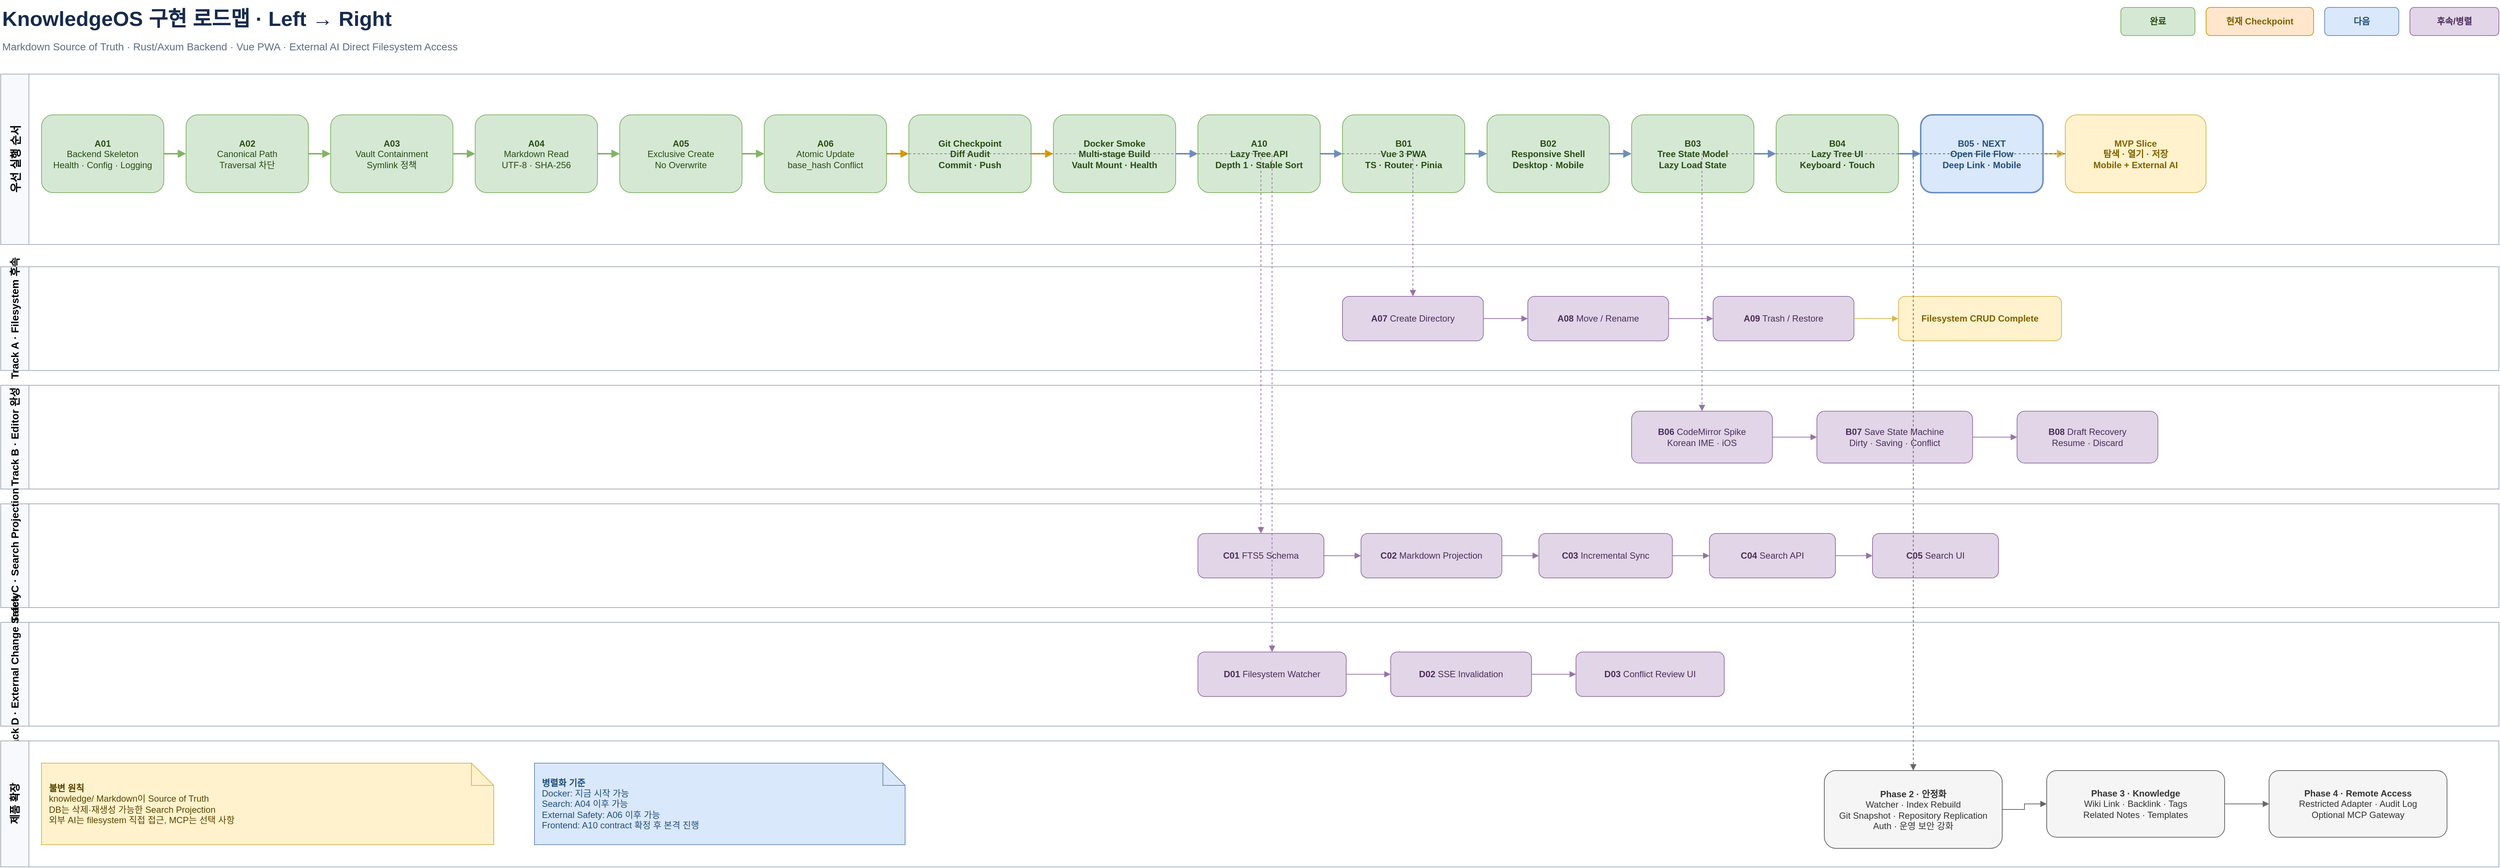
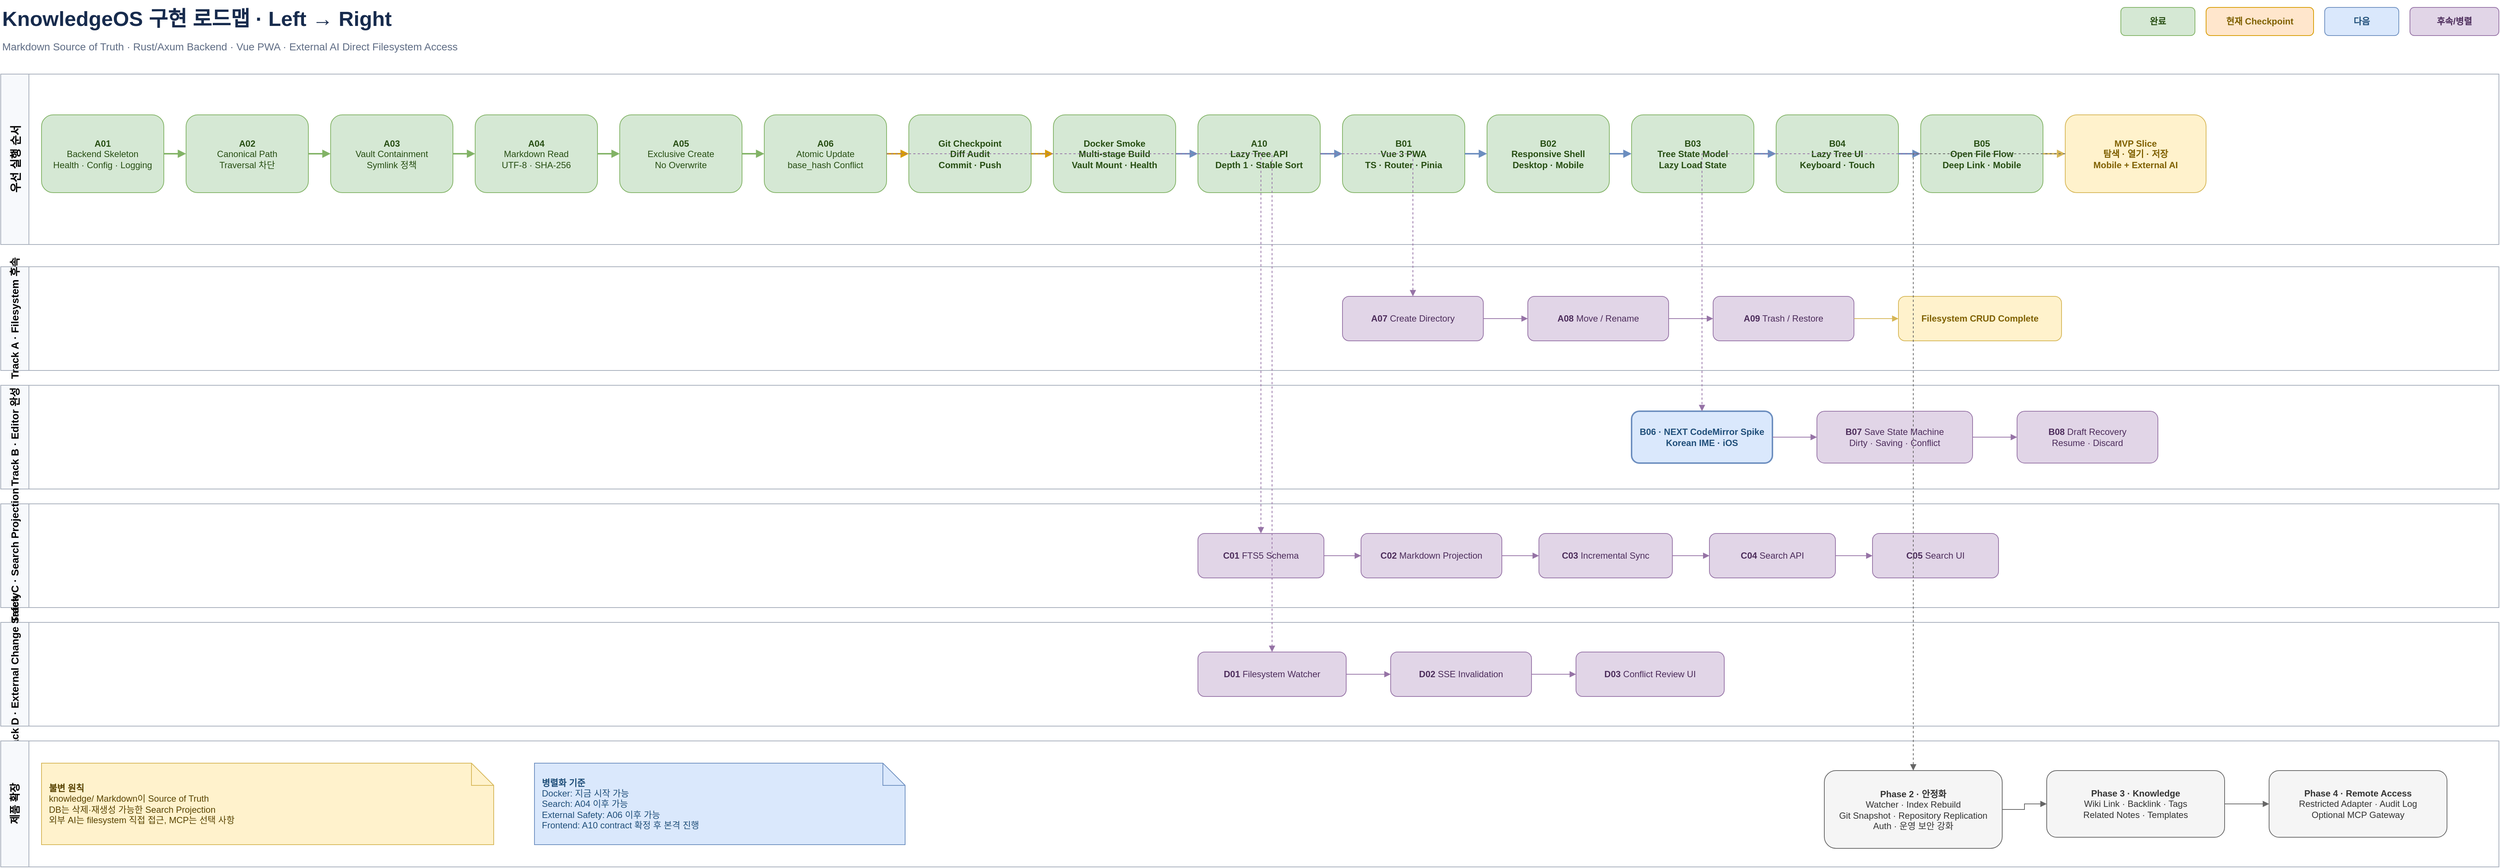
<mxfile host="app.diagrams.net" modified="2026-07-19T00:00:00.000Z" agent="KnowledgeOS" version="26.0.9" type="device">
  <diagram id="knowledgeos-roadmap" name="KnowledgeOS Roadmap">
    <mxGraphModel dx="1600" dy="900" grid="1" gridSize="10" guides="1" tooltips="1" connect="1" arrows="1" fold="1" page="1" pageScale="1" pageWidth="4000" pageHeight="1400" math="0" shadow="0">
      <root>
        <mxCell id="0"/>
        <mxCell id="1" parent="0"/>

        <mxCell id="title" value="KnowledgeOS 구현 로드맵 · Left → Right" style="text;html=1;align=left;verticalAlign=middle;fontSize=28;fontStyle=1;fontColor=#172B4D;" vertex="1" parent="1">
          <mxGeometry x="40" y="20" width="760" height="50" as="geometry"/>
        </mxCell>
        <mxCell id="subtitle" value="Markdown Source of Truth · Rust/Axum Backend · Vue PWA · External AI Direct Filesystem Access" style="text;html=1;align=left;verticalAlign=middle;fontSize=14;fontColor=#5E6C84;" vertex="1" parent="1">
          <mxGeometry x="40" y="68" width="1100" height="30" as="geometry"/>
        </mxCell>

        <mxCell id="legend_done" value="완료" style="rounded=1;whiteSpace=wrap;html=1;fillColor=#D5E8D4;strokeColor=#82B366;fontColor=#274E13;fontStyle=1;" vertex="1" parent="1">
          <mxGeometry x="2900" y="30" width="100" height="38" as="geometry"/>
        </mxCell>
        <mxCell id="legend_now" value="현재 Checkpoint" style="rounded=1;whiteSpace=wrap;html=1;fillColor=#FFE6CC;strokeColor=#D79B00;fontColor=#7F6000;fontStyle=1;" vertex="1" parent="1">
          <mxGeometry x="3015" y="30" width="145" height="38" as="geometry"/>
        </mxCell>
        <mxCell id="legend_next" value="다음" style="rounded=1;whiteSpace=wrap;html=1;fillColor=#DAE8FC;strokeColor=#6C8EBF;fontColor=#1F4E79;fontStyle=1;" vertex="1" parent="1">
          <mxGeometry x="3175" y="30" width="100" height="38" as="geometry"/>
        </mxCell>
        <mxCell id="legend_later" value="후속/병렬" style="rounded=1;whiteSpace=wrap;html=1;fillColor=#E1D5E7;strokeColor=#9673A6;fontColor=#4C2C5B;fontStyle=1;" vertex="1" parent="1">
          <mxGeometry x="3290" y="30" width="120" height="38" as="geometry"/>
        </mxCell>

        <mxCell id="lane_main" value="우선 실행 순서" style="swimlane;html=1;horizontal=0;startSize=38;fillColor=#F7F9FC;swimlaneFillColor=#FFFFFF;strokeColor=#A5ADBA;fontStyle=1;fontSize=15;" vertex="1" parent="1">
          <mxGeometry x="40" y="120" width="3370" height="230" as="geometry"/>
        </mxCell>
        <mxCell id="lane_fs" value="Track A · Filesystem 후속" style="swimlane;html=1;horizontal=0;startSize=38;fillColor=#F7F9FC;swimlaneFillColor=#FFFFFF;strokeColor=#A5ADBA;fontStyle=1;fontSize=14;" vertex="1" parent="1">
          <mxGeometry x="40" y="380" width="3370" height="140" as="geometry"/>
        </mxCell>
        <mxCell id="lane_editor" value="Track B · Editor 완성" style="swimlane;html=1;horizontal=0;startSize=38;fillColor=#F7F9FC;swimlaneFillColor=#FFFFFF;strokeColor=#A5ADBA;fontStyle=1;fontSize=14;" vertex="1" parent="1">
          <mxGeometry x="40" y="540" width="3370" height="140" as="geometry"/>
        </mxCell>
        <mxCell id="lane_search" value="Track C · Search Projection" style="swimlane;html=1;horizontal=0;startSize=38;fillColor=#F7F9FC;swimlaneFillColor=#FFFFFF;strokeColor=#A5ADBA;fontStyle=1;fontSize=14;" vertex="1" parent="1">
          <mxGeometry x="40" y="700" width="3370" height="140" as="geometry"/>
        </mxCell>
        <mxCell id="lane_external" value="Track D · External Change Safety" style="swimlane;html=1;horizontal=0;startSize=38;fillColor=#F7F9FC;swimlaneFillColor=#FFFFFF;strokeColor=#A5ADBA;fontStyle=1;fontSize=14;" vertex="1" parent="1">
          <mxGeometry x="40" y="860" width="3370" height="140" as="geometry"/>
        </mxCell>
        <mxCell id="lane_future" value="제품 확장" style="swimlane;html=1;horizontal=0;startSize=38;fillColor=#F7F9FC;swimlaneFillColor=#FFFFFF;strokeColor=#A5ADBA;fontStyle=1;fontSize=14;" vertex="1" parent="1">
          <mxGeometry x="40" y="1020" width="3370" height="170" as="geometry"/>
        </mxCell>

        <mxCell id="a01" value="&lt;b&gt;A01&lt;/b&gt;&#xa;Backend Skeleton&#xa;Health · Config · Logging" style="rounded=1;whiteSpace=wrap;html=1;fillColor=#D5E8D4;strokeColor=#82B366;fontColor=#274E13;" vertex="1" parent="1"><mxGeometry x="95" y="175" width="165" height="105" as="geometry"/></mxCell>
        <mxCell id="a02" value="&lt;b&gt;A02&lt;/b&gt;&#xa;Canonical Path&#xa;Traversal 차단" style="rounded=1;whiteSpace=wrap;html=1;fillColor=#D5E8D4;strokeColor=#82B366;fontColor=#274E13;" vertex="1" parent="1"><mxGeometry x="290" y="175" width="165" height="105" as="geometry"/></mxCell>
        <mxCell id="a03" value="&lt;b&gt;A03&lt;/b&gt;&#xa;Vault Containment&#xa;Symlink 정책" style="rounded=1;whiteSpace=wrap;html=1;fillColor=#D5E8D4;strokeColor=#82B366;fontColor=#274E13;" vertex="1" parent="1"><mxGeometry x="485" y="175" width="165" height="105" as="geometry"/></mxCell>
        <mxCell id="a04" value="&lt;b&gt;A04&lt;/b&gt;&#xa;Markdown Read&#xa;UTF-8 · SHA-256" style="rounded=1;whiteSpace=wrap;html=1;fillColor=#D5E8D4;strokeColor=#82B366;fontColor=#274E13;" vertex="1" parent="1"><mxGeometry x="680" y="175" width="165" height="105" as="geometry"/></mxCell>
        <mxCell id="a05" value="&lt;b&gt;A05&lt;/b&gt;&#xa;Exclusive Create&#xa;No Overwrite" style="rounded=1;whiteSpace=wrap;html=1;fillColor=#D5E8D4;strokeColor=#82B366;fontColor=#274E13;" vertex="1" parent="1"><mxGeometry x="875" y="175" width="165" height="105" as="geometry"/></mxCell>
        <mxCell id="a06" value="&lt;b&gt;A06&lt;/b&gt;&#xa;Atomic Update&#xa;base_hash Conflict" style="rounded=1;whiteSpace=wrap;html=1;fillColor=#D5E8D4;strokeColor=#82B366;fontColor=#274E13;" vertex="1" parent="1"><mxGeometry x="1070" y="175" width="165" height="105" as="geometry"/></mxCell>
        <mxCell id="git_checkpoint" value="&lt;b&gt;Git Checkpoint&lt;/b&gt;&#xa;Diff Audit&#xa;Commit · Push" style="rounded=1;whiteSpace=wrap;html=1;fillColor=#D5E8D4;strokeColor=#82B366;fontColor=#274E13;fontStyle=1;" vertex="1" parent="1"><mxGeometry x="1265" y="175" width="165" height="105" as="geometry"/></mxCell>
        <mxCell id="docker" value="&lt;b&gt;Docker Smoke&lt;/b&gt;&#xa;Multi-stage Build&#xa;Vault Mount · Health" style="rounded=1;whiteSpace=wrap;html=1;fillColor=#D5E8D4;strokeColor=#82B366;fontColor=#274E13;fontStyle=1;" vertex="1" parent="1"><mxGeometry x="1460" y="175" width="165" height="105" as="geometry"/></mxCell>
        <mxCell id="a10" value="&lt;b&gt;A10&lt;/b&gt;&#xa;Lazy Tree API&#xa;Depth 1 · Stable Sort" style="rounded=1;whiteSpace=wrap;html=1;fillColor=#D5E8D4;strokeColor=#82B366;fontColor=#274E13;fontStyle=1;" vertex="1" parent="1"><mxGeometry x="1655" y="175" width="165" height="105" as="geometry"/></mxCell>
        <mxCell id="b01" value="&lt;b&gt;B01&lt;/b&gt;&#xa;Vue 3 PWA&#xa;TS · Router · Pinia" style="rounded=1;whiteSpace=wrap;html=1;fillColor=#D5E8D4;strokeColor=#82B366;fontColor=#274E13;fontStyle=1;" vertex="1" parent="1"><mxGeometry x="1850" y="175" width="165" height="105" as="geometry"/></mxCell>
        <mxCell id="b02" value="&lt;b&gt;B02&lt;/b&gt;&#xa;Responsive Shell&#xa;Desktop · Mobile" style="rounded=1;whiteSpace=wrap;html=1;fillColor=#D5E8D4;strokeColor=#82B366;fontColor=#274E13;fontStyle=1;" vertex="1" parent="1"><mxGeometry x="2045" y="175" width="165" height="105" as="geometry"/></mxCell>
        <mxCell id="b03" value="&lt;b&gt;B03&lt;/b&gt;&#xa;Tree State Model&#xa;Lazy Load State" style="rounded=1;whiteSpace=wrap;html=1;fillColor=#D5E8D4;strokeColor=#82B366;fontColor=#274E13;fontStyle=1;" vertex="1" parent="1"><mxGeometry x="2240" y="175" width="165" height="105" as="geometry"/></mxCell>
        <mxCell id="b04" value="&lt;b&gt;B04&lt;/b&gt;&#xa;Lazy Tree UI&#xa;Keyboard · Touch" style="rounded=1;whiteSpace=wrap;html=1;fillColor=#D5E8D4;strokeColor=#82B366;fontColor=#274E13;fontStyle=1;" vertex="1" parent="1"><mxGeometry x="2435" y="175" width="165" height="105" as="geometry"/></mxCell>
-         <mxCell id="b05" value="&lt;b&gt;B05 · NEXT&lt;/b&gt;&#xa;Open File Flow&#xa;Deep Link · Mobile" style="rounded=1;whiteSpace=wrap;html=1;fillColor=#DAE8FC;strokeColor=#6C8EBF;fontColor=#1F4E79;fontStyle=1;strokeWidth=2;" vertex="1" parent="1"><mxGeometry x="2630" y="175" width="165" height="105" as="geometry"/></mxCell>
+         <mxCell id="b05" value="&lt;b&gt;B05&lt;/b&gt;&#xa;Open File Flow&#xa;Deep Link · Mobile" style="rounded=1;whiteSpace=wrap;html=1;fillColor=#D5E8D4;strokeColor=#82B366;fontColor=#274E13;fontStyle=1;" vertex="1" parent="1"><mxGeometry x="2630" y="175" width="165" height="105" as="geometry"/></mxCell>
        <mxCell id="mvp_slice" value="&lt;b&gt;MVP Slice&lt;/b&gt;&#xa;탐색 · 열기 · 저장&#xa;Mobile + External AI" style="rounded=1;whiteSpace=wrap;html=1;fillColor=#FFF2CC;strokeColor=#D6B656;fontColor=#7F6000;fontStyle=1;" vertex="1" parent="1"><mxGeometry x="2825" y="175" width="190" height="105" as="geometry"/></mxCell>

        <mxCell id="a07" value="&lt;b&gt;A07&lt;/b&gt; Create Directory" style="rounded=1;whiteSpace=wrap;html=1;fillColor=#E1D5E7;strokeColor=#9673A6;fontColor=#4C2C5B;" vertex="1" parent="1"><mxGeometry x="1850" y="420" width="190" height="60" as="geometry"/></mxCell>
        <mxCell id="a08" value="&lt;b&gt;A08&lt;/b&gt; Move / Rename" style="rounded=1;whiteSpace=wrap;html=1;fillColor=#E1D5E7;strokeColor=#9673A6;fontColor=#4C2C5B;" vertex="1" parent="1"><mxGeometry x="2100" y="420" width="190" height="60" as="geometry"/></mxCell>
        <mxCell id="a09" value="&lt;b&gt;A09&lt;/b&gt; Trash / Restore" style="rounded=1;whiteSpace=wrap;html=1;fillColor=#E1D5E7;strokeColor=#9673A6;fontColor=#4C2C5B;" vertex="1" parent="1"><mxGeometry x="2350" y="420" width="190" height="60" as="geometry"/></mxCell>
        <mxCell id="fs_complete" value="Filesystem CRUD Complete" style="rounded=1;whiteSpace=wrap;html=1;fillColor=#FFF2CC;strokeColor=#D6B656;fontColor=#7F6000;fontStyle=1;" vertex="1" parent="1"><mxGeometry x="2600" y="420" width="220" height="60" as="geometry"/></mxCell>

-         <mxCell id="b06" value="&lt;b&gt;B06&lt;/b&gt; CodeMirror Spike&#xa;Korean IME · iOS" style="rounded=1;whiteSpace=wrap;html=1;fillColor=#E1D5E7;strokeColor=#9673A6;fontColor=#4C2C5B;" vertex="1" parent="1"><mxGeometry x="2240" y="575" width="190" height="70" as="geometry"/></mxCell>
+         <mxCell id="b06" value="&lt;b&gt;B06 · NEXT&lt;/b&gt; CodeMirror Spike&#xa;Korean IME · iOS" style="rounded=1;whiteSpace=wrap;html=1;fillColor=#DAE8FC;strokeColor=#6C8EBF;fontColor=#1F4E79;fontStyle=1;strokeWidth=2;" vertex="1" parent="1"><mxGeometry x="2240" y="575" width="190" height="70" as="geometry"/></mxCell>
        <mxCell id="b07" value="&lt;b&gt;B07&lt;/b&gt; Save State Machine&#xa;Dirty · Saving · Conflict" style="rounded=1;whiteSpace=wrap;html=1;fillColor=#E1D5E7;strokeColor=#9673A6;fontColor=#4C2C5B;" vertex="1" parent="1"><mxGeometry x="2490" y="575" width="210" height="70" as="geometry"/></mxCell>
        <mxCell id="b08" value="&lt;b&gt;B08&lt;/b&gt; Draft Recovery&#xa;Resume · Discard" style="rounded=1;whiteSpace=wrap;html=1;fillColor=#E1D5E7;strokeColor=#9673A6;fontColor=#4C2C5B;" vertex="1" parent="1"><mxGeometry x="2760" y="575" width="190" height="70" as="geometry"/></mxCell>

        <mxCell id="c01" value="&lt;b&gt;C01&lt;/b&gt; FTS5 Schema" style="rounded=1;whiteSpace=wrap;html=1;fillColor=#E1D5E7;strokeColor=#9673A6;fontColor=#4C2C5B;" vertex="1" parent="1"><mxGeometry x="1655" y="740" width="170" height="60" as="geometry"/></mxCell>
        <mxCell id="c02" value="&lt;b&gt;C02&lt;/b&gt; Markdown Projection" style="rounded=1;whiteSpace=wrap;html=1;fillColor=#E1D5E7;strokeColor=#9673A6;fontColor=#4C2C5B;" vertex="1" parent="1"><mxGeometry x="1875" y="740" width="190" height="60" as="geometry"/></mxCell>
        <mxCell id="c03" value="&lt;b&gt;C03&lt;/b&gt; Incremental Sync" style="rounded=1;whiteSpace=wrap;html=1;fillColor=#E1D5E7;strokeColor=#9673A6;fontColor=#4C2C5B;" vertex="1" parent="1"><mxGeometry x="2115" y="740" width="180" height="60" as="geometry"/></mxCell>
        <mxCell id="c04" value="&lt;b&gt;C04&lt;/b&gt; Search API" style="rounded=1;whiteSpace=wrap;html=1;fillColor=#E1D5E7;strokeColor=#9673A6;fontColor=#4C2C5B;" vertex="1" parent="1"><mxGeometry x="2345" y="740" width="170" height="60" as="geometry"/></mxCell>
        <mxCell id="c05" value="&lt;b&gt;C05&lt;/b&gt; Search UI" style="rounded=1;whiteSpace=wrap;html=1;fillColor=#E1D5E7;strokeColor=#9673A6;fontColor=#4C2C5B;" vertex="1" parent="1"><mxGeometry x="2565" y="740" width="170" height="60" as="geometry"/></mxCell>

        <mxCell id="d01" value="&lt;b&gt;D01&lt;/b&gt; Filesystem Watcher" style="rounded=1;whiteSpace=wrap;html=1;fillColor=#E1D5E7;strokeColor=#9673A6;fontColor=#4C2C5B;" vertex="1" parent="1"><mxGeometry x="1655" y="900" width="200" height="60" as="geometry"/></mxCell>
        <mxCell id="d02" value="&lt;b&gt;D02&lt;/b&gt; SSE Invalidation" style="rounded=1;whiteSpace=wrap;html=1;fillColor=#E1D5E7;strokeColor=#9673A6;fontColor=#4C2C5B;" vertex="1" parent="1"><mxGeometry x="1915" y="900" width="190" height="60" as="geometry"/></mxCell>
        <mxCell id="d03" value="&lt;b&gt;D03&lt;/b&gt; Conflict Review UI" style="rounded=1;whiteSpace=wrap;html=1;fillColor=#E1D5E7;strokeColor=#9673A6;fontColor=#4C2C5B;" vertex="1" parent="1"><mxGeometry x="2165" y="900" width="200" height="60" as="geometry"/></mxCell>

        <mxCell id="phase2" value="&lt;b&gt;Phase 2 · 안정화&lt;/b&gt;&#xa;Watcher · Index Rebuild&#xa;Git Snapshot · Repository Replication&#xa;Auth · 운영 보안 강화" style="rounded=1;whiteSpace=wrap;html=1;fillColor=#F5F5F5;strokeColor=#666666;fontColor=#333333;" vertex="1" parent="1"><mxGeometry x="2500" y="1060" width="240" height="105" as="geometry"/></mxCell>
        <mxCell id="phase3" value="&lt;b&gt;Phase 3 · Knowledge&lt;/b&gt;&#xa;Wiki Link · Backlink · Tags&#xa;Related Notes · Templates" style="rounded=1;whiteSpace=wrap;html=1;fillColor=#F5F5F5;strokeColor=#666666;fontColor=#333333;" vertex="1" parent="1"><mxGeometry x="2800" y="1060" width="240" height="90" as="geometry"/></mxCell>
        <mxCell id="phase4" value="&lt;b&gt;Phase 4 · Remote Access&lt;/b&gt;&#xa;Restricted Adapter · Audit Log&#xa;Optional MCP Gateway" style="rounded=1;whiteSpace=wrap;html=1;fillColor=#F5F5F5;strokeColor=#666666;fontColor=#333333;" vertex="1" parent="1"><mxGeometry x="3100" y="1060" width="240" height="90" as="geometry"/></mxCell>

        <mxCell id="note_source" value="&lt;b&gt;불변 원칙&lt;/b&gt;&#xa;knowledge/ Markdown이 Source of Truth&#xa;DB는 삭제·재생성 가능한 Search Projection&#xa;외부 AI는 filesystem 직접 접근, MCP는 선택 사항" style="shape=note;whiteSpace=wrap;html=1;fillColor=#FFF2CC;strokeColor=#D6B656;fontColor=#594300;align=left;spacing=10;" vertex="1" parent="1"><mxGeometry x="95" y="1050" width="610" height="110" as="geometry"/></mxCell>
        <mxCell id="note_parallel" value="&lt;b&gt;병렬화 기준&lt;/b&gt;&#xa;Docker: 지금 시작 가능&#xa;Search: A04 이후 가능&#xa;External Safety: A06 이후 가능&#xa;Frontend: A10 contract 확정 후 본격 진행" style="shape=note;whiteSpace=wrap;html=1;fillColor=#DAE8FC;strokeColor=#6C8EBF;fontColor=#1F4E79;align=left;spacing=10;" vertex="1" parent="1"><mxGeometry x="760" y="1050" width="500" height="110" as="geometry"/></mxCell>

        <mxCell id="e_a01_a02" style="edgeStyle=orthogonalEdgeStyle;rounded=0;orthogonalLoop=1;jettySize=auto;html=1;endArrow=block;strokeColor=#82B366;strokeWidth=2;" edge="1" parent="1" source="a01" target="a02"><mxGeometry relative="1" as="geometry"/></mxCell>
        <mxCell id="e_a02_a03" style="edgeStyle=orthogonalEdgeStyle;rounded=0;orthogonalLoop=1;jettySize=auto;html=1;endArrow=block;strokeColor=#82B366;strokeWidth=2;" edge="1" parent="1" source="a02" target="a03"><mxGeometry relative="1" as="geometry"/></mxCell>
        <mxCell id="e_a03_a04" style="edgeStyle=orthogonalEdgeStyle;rounded=0;orthogonalLoop=1;jettySize=auto;html=1;endArrow=block;strokeColor=#82B366;strokeWidth=2;" edge="1" parent="1" source="a03" target="a04"><mxGeometry relative="1" as="geometry"/></mxCell>
        <mxCell id="e_a04_a05" style="edgeStyle=orthogonalEdgeStyle;rounded=0;orthogonalLoop=1;jettySize=auto;html=1;endArrow=block;strokeColor=#82B366;strokeWidth=2;" edge="1" parent="1" source="a04" target="a05"><mxGeometry relative="1" as="geometry"/></mxCell>
        <mxCell id="e_a05_a06" style="edgeStyle=orthogonalEdgeStyle;rounded=0;orthogonalLoop=1;jettySize=auto;html=1;endArrow=block;strokeColor=#82B366;strokeWidth=2;" edge="1" parent="1" source="a05" target="a06"><mxGeometry relative="1" as="geometry"/></mxCell>
        <mxCell id="e_a06_git" style="edgeStyle=orthogonalEdgeStyle;rounded=0;orthogonalLoop=1;jettySize=auto;html=1;endArrow=block;strokeColor=#D79B00;strokeWidth=2;" edge="1" parent="1" source="a06" target="git_checkpoint"><mxGeometry relative="1" as="geometry"/></mxCell>
        <mxCell id="e_git_docker" style="edgeStyle=orthogonalEdgeStyle;rounded=0;orthogonalLoop=1;jettySize=auto;html=1;endArrow=block;strokeColor=#D79B00;strokeWidth=2;" edge="1" parent="1" source="git_checkpoint" target="docker"><mxGeometry relative="1" as="geometry"/></mxCell>
        <mxCell id="e_docker_a10" style="edgeStyle=orthogonalEdgeStyle;rounded=0;orthogonalLoop=1;jettySize=auto;html=1;endArrow=block;strokeColor=#6C8EBF;strokeWidth=2;" edge="1" parent="1" source="docker" target="a10"><mxGeometry relative="1" as="geometry"/></mxCell>
        <mxCell id="e_a10_b01" style="edgeStyle=orthogonalEdgeStyle;rounded=0;orthogonalLoop=1;jettySize=auto;html=1;endArrow=block;strokeColor=#6C8EBF;strokeWidth=2;" edge="1" parent="1" source="a10" target="b01"><mxGeometry relative="1" as="geometry"/></mxCell>
        <mxCell id="e_b01_b02" style="edgeStyle=orthogonalEdgeStyle;rounded=0;orthogonalLoop=1;jettySize=auto;html=1;endArrow=block;strokeColor=#6C8EBF;strokeWidth=2;" edge="1" parent="1" source="b01" target="b02"><mxGeometry relative="1" as="geometry"/></mxCell>
        <mxCell id="e_b02_b03" style="edgeStyle=orthogonalEdgeStyle;rounded=0;orthogonalLoop=1;jettySize=auto;html=1;endArrow=block;strokeColor=#6C8EBF;strokeWidth=2;" edge="1" parent="1" source="b02" target="b03"><mxGeometry relative="1" as="geometry"/></mxCell>
        <mxCell id="e_b03_b04" style="edgeStyle=orthogonalEdgeStyle;rounded=0;orthogonalLoop=1;jettySize=auto;html=1;endArrow=block;strokeColor=#6C8EBF;strokeWidth=2;" edge="1" parent="1" source="b03" target="b04"><mxGeometry relative="1" as="geometry"/></mxCell>
        <mxCell id="e_b04_b05" style="edgeStyle=orthogonalEdgeStyle;rounded=0;orthogonalLoop=1;jettySize=auto;html=1;endArrow=block;strokeColor=#6C8EBF;strokeWidth=2;" edge="1" parent="1" source="b04" target="b05"><mxGeometry relative="1" as="geometry"/></mxCell>
        <mxCell id="e_b05_mvp" style="edgeStyle=orthogonalEdgeStyle;rounded=0;orthogonalLoop=1;jettySize=auto;html=1;endArrow=block;strokeColor=#D6B656;strokeWidth=2;" edge="1" parent="1" source="b05" target="mvp_slice"><mxGeometry relative="1" as="geometry"/></mxCell>

        <mxCell id="e_a10_a07" style="edgeStyle=orthogonalEdgeStyle;rounded=0;orthogonalLoop=1;jettySize=auto;html=1;endArrow=block;dashed=1;strokeColor=#9673A6;" edge="1" parent="1" source="a10" target="a07"><mxGeometry relative="1" as="geometry"/></mxCell>
        <mxCell id="e_a07_a08" style="edgeStyle=orthogonalEdgeStyle;rounded=0;html=1;endArrow=block;strokeColor=#9673A6;" edge="1" parent="1" source="a07" target="a08"><mxGeometry relative="1" as="geometry"/></mxCell>
        <mxCell id="e_a08_a09" style="edgeStyle=orthogonalEdgeStyle;rounded=0;html=1;endArrow=block;strokeColor=#9673A6;" edge="1" parent="1" source="a08" target="a09"><mxGeometry relative="1" as="geometry"/></mxCell>
        <mxCell id="e_a09_fs" style="edgeStyle=orthogonalEdgeStyle;rounded=0;html=1;endArrow=block;strokeColor=#D6B656;" edge="1" parent="1" source="a09" target="fs_complete"><mxGeometry relative="1" as="geometry"/></mxCell>

        <mxCell id="e_b05_b06" style="edgeStyle=orthogonalEdgeStyle;rounded=0;html=1;endArrow=block;dashed=1;strokeColor=#9673A6;" edge="1" parent="1" source="b05" target="b06"><mxGeometry relative="1" as="geometry"/></mxCell>
        <mxCell id="e_b06_b07" style="edgeStyle=orthogonalEdgeStyle;rounded=0;html=1;endArrow=block;strokeColor=#9673A6;" edge="1" parent="1" source="b06" target="b07"><mxGeometry relative="1" as="geometry"/></mxCell>
        <mxCell id="e_b07_b08" style="edgeStyle=orthogonalEdgeStyle;rounded=0;html=1;endArrow=block;strokeColor=#9673A6;" edge="1" parent="1" source="b07" target="b08"><mxGeometry relative="1" as="geometry"/></mxCell>

        <mxCell id="e_docker_c01" style="edgeStyle=orthogonalEdgeStyle;rounded=0;html=1;endArrow=block;dashed=1;strokeColor=#9673A6;" edge="1" parent="1" source="docker" target="c01"><mxGeometry relative="1" as="geometry"/></mxCell>
        <mxCell id="e_c01_c02" style="edgeStyle=orthogonalEdgeStyle;rounded=0;html=1;endArrow=block;strokeColor=#9673A6;" edge="1" parent="1" source="c01" target="c02"><mxGeometry relative="1" as="geometry"/></mxCell>
        <mxCell id="e_c02_c03" style="edgeStyle=orthogonalEdgeStyle;rounded=0;html=1;endArrow=block;strokeColor=#9673A6;" edge="1" parent="1" source="c02" target="c03"><mxGeometry relative="1" as="geometry"/></mxCell>
        <mxCell id="e_c03_c04" style="edgeStyle=orthogonalEdgeStyle;rounded=0;html=1;endArrow=block;strokeColor=#9673A6;" edge="1" parent="1" source="c03" target="c04"><mxGeometry relative="1" as="geometry"/></mxCell>
        <mxCell id="e_c04_c05" style="edgeStyle=orthogonalEdgeStyle;rounded=0;html=1;endArrow=block;strokeColor=#9673A6;" edge="1" parent="1" source="c04" target="c05"><mxGeometry relative="1" as="geometry"/></mxCell>

        <mxCell id="e_a06_d01" style="edgeStyle=orthogonalEdgeStyle;rounded=0;html=1;endArrow=block;dashed=1;strokeColor=#9673A6;" edge="1" parent="1" source="a06" target="d01"><mxGeometry relative="1" as="geometry"/></mxCell>
        <mxCell id="e_d01_d02" style="edgeStyle=orthogonalEdgeStyle;rounded=0;html=1;endArrow=block;strokeColor=#9673A6;" edge="1" parent="1" source="d01" target="d02"><mxGeometry relative="1" as="geometry"/></mxCell>
        <mxCell id="e_d02_d03" style="edgeStyle=orthogonalEdgeStyle;rounded=0;html=1;endArrow=block;strokeColor=#9673A6;" edge="1" parent="1" source="d02" target="d03"><mxGeometry relative="1" as="geometry"/></mxCell>

        <mxCell id="e_mvp_phase2" style="edgeStyle=orthogonalEdgeStyle;rounded=0;html=1;endArrow=block;dashed=1;strokeColor=#666666;" edge="1" parent="1" source="mvp_slice" target="phase2"><mxGeometry relative="1" as="geometry"/></mxCell>
        <mxCell id="e_phase2_phase3" style="edgeStyle=orthogonalEdgeStyle;rounded=0;html=1;endArrow=block;strokeColor=#666666;" edge="1" parent="1" source="phase2" target="phase3"><mxGeometry relative="1" as="geometry"/></mxCell>
        <mxCell id="e_phase3_phase4" style="edgeStyle=orthogonalEdgeStyle;rounded=0;html=1;endArrow=block;strokeColor=#666666;" edge="1" parent="1" source="phase3" target="phase4"><mxGeometry relative="1" as="geometry"/></mxCell>
      </root>
    </mxGraphModel>
  </diagram>
</mxfile>
